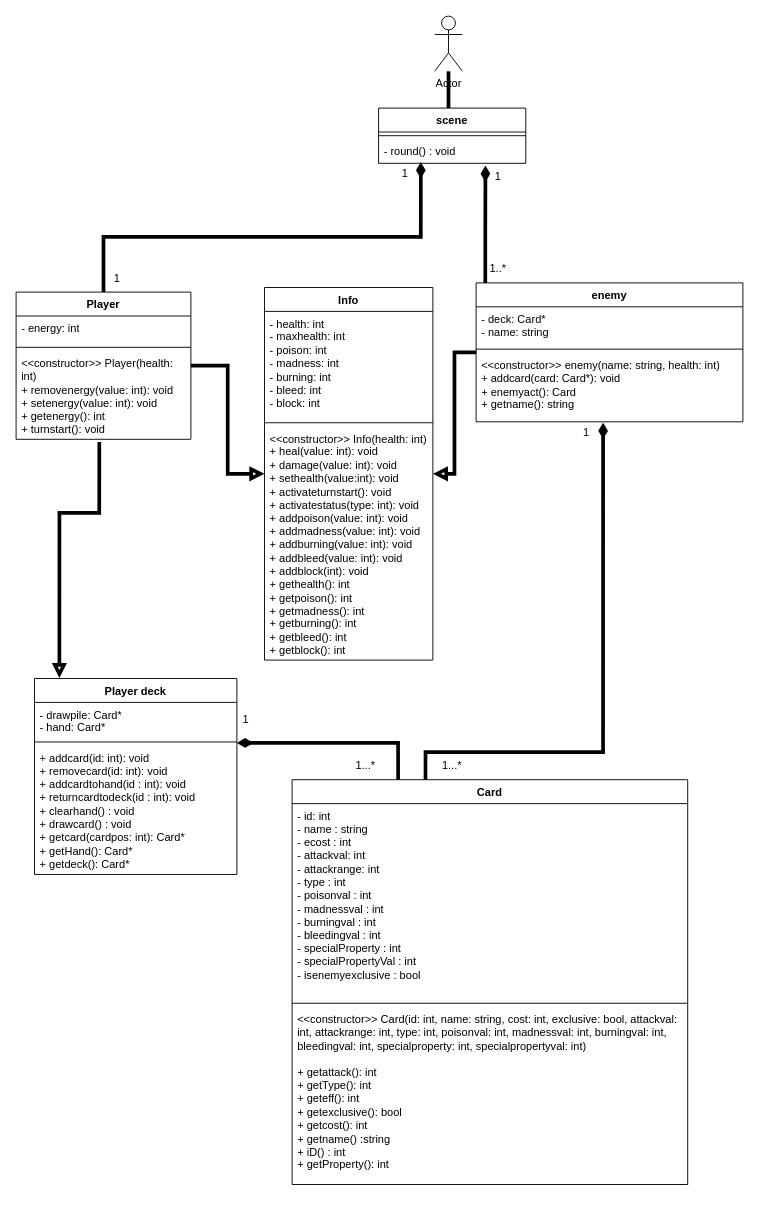
Judoka200/EE2010-CW keeps this draw.io diagram as Documentation/grouprojectclassdiagram.drawio. Above is the earlier version. Source tidied: cells renumbered, new cells numbered last; positions are measured from the earlier drawing's top-left corner, leaving out a move shared by most shapes. Both pictures are drawn from the tidied source at 92%, with x=0, y=0 at pixel (16, 16).
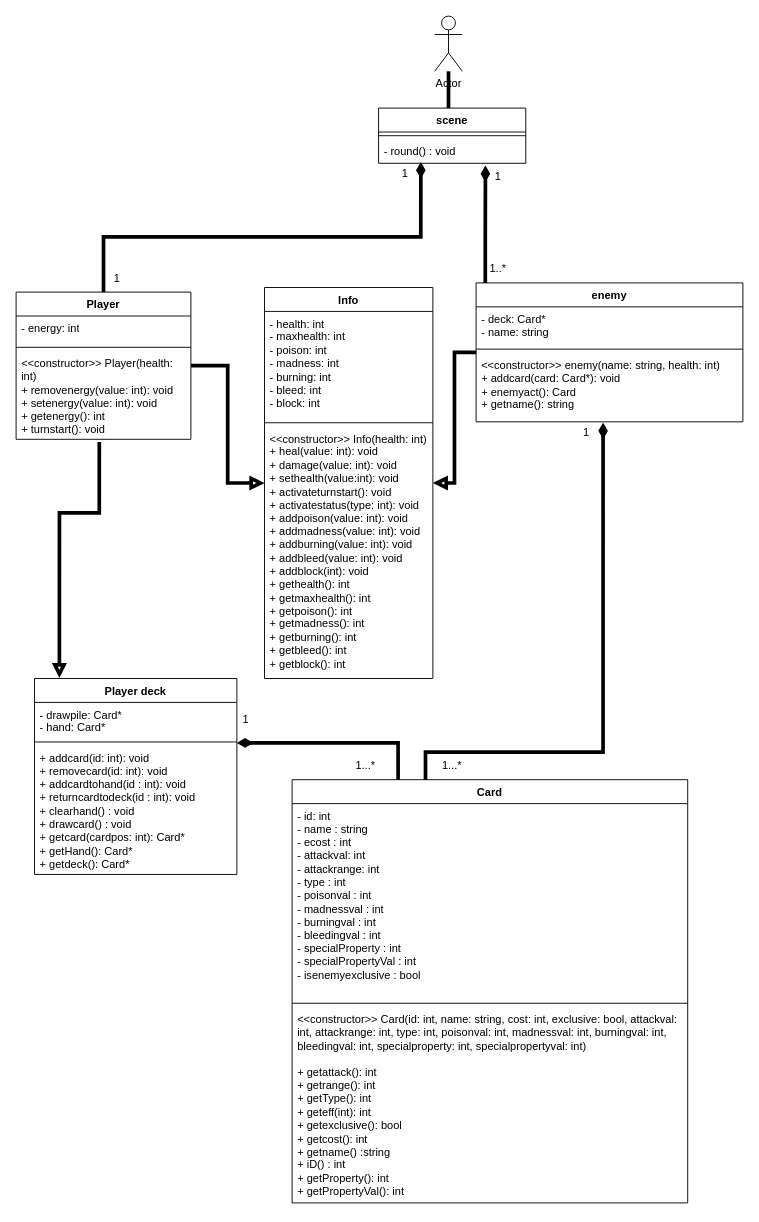
Above is the later version.

Diff of the diagram source:
```diff
@@
     <mxCell id="8" value="Card" style="swimlane;fontStyle=1;align=center;verticalAlign=top;horizontal=1;startSize=26;whiteSpace=wrap;html=1;" parent="1" vertex="1">
-      <mxGeometry x="300" y="830" width="430" height="440" as="geometry" />
+      <mxGeometry x="300" y="830" width="430" height="460" as="geometry" />
     </mxCell>
@@
-    <mxCell id="11" value="&amp;lt;&amp;lt;constructor&amp;gt;&amp;gt; Card(id: int, name: string, cost: int,&amp;nbsp;exclusive: bool, attackval: int, attackrange: int, type: int, poisonval: int, madnessval: int,&lt;b&gt;&amp;nbsp;&lt;/b&gt;burningval: int, bleedingval: int, specialproperty: int, specialpropertyval: int)&lt;div&gt;&lt;br&gt;&lt;div&gt;+ getattack()&lt;span style=&quot;background-color: transparent; color: light-dark(#000000, var(--ge-light-color, #ffffff));&quot;&gt;: int&lt;/span&gt;&lt;/div&gt;&lt;div&gt;&lt;span style=&quot;background-color: transparent; color: light-dark(#000000, var(--ge-light-color, #ffffff));&quot;&gt;+ getType(): int&lt;/span&gt;&lt;/div&gt;&lt;div&gt;&lt;span style=&quot;background-color: transparent; color: light-dark(#000000, var(--ge-light-color, #ffffff));&quot;&gt;+ geteff()&lt;/span&gt;&lt;span style=&quot;background-color: transparent; color: light-dark(#000000, var(--ge-light-color, #ffffff));&quot;&gt;: int&lt;/span&gt;&lt;/div&gt;&lt;div&gt;&lt;span style=&quot;background-color: transparent; color: light-dark(#000000, var(--ge-light-color, #ffffff));&quot;&gt;+ getexclusive(): bool&lt;/span&gt;&lt;/div&gt;&lt;div&gt;&lt;span style=&quot;background-color: transparent; color: light-dark(#000000, var(--ge-light-color, #ffffff));&quot;&gt;+ getcost(): int&lt;/span&gt;&lt;/div&gt;&lt;div&gt;&lt;span style=&quot;background-color: transparent; color: light-dark(#000000, var(--ge-light-color, #ffffff));&quot;&gt;+ getname() :string&lt;/span&gt;&lt;/div&gt;&lt;div&gt;&lt;span style=&quot;background-color: transparent; color: light-dark(#000000, var(--ge-light-color, #ffffff));&quot;&gt;+ iD() : int&lt;/span&gt;&lt;/div&gt;&lt;div&gt;&lt;span style=&quot;background-color: transparent; color: light-dark(#000000, var(--ge-light-color, #ffffff));&quot;&gt;+ getProperty(): int&lt;/span&gt;&lt;/div&gt;&lt;/div&gt;" style="text;strokeColor=none;fillColor=none;align=left;verticalAlign=top;spacingLeft=4;spacingRight=4;overflow=hidden;whiteSpace=wrap;html=1;" parent="8" vertex="1">
-      <mxGeometry y="247" width="430" height="193" as="geometry" />
+    <mxCell id="11" value="&amp;lt;&amp;lt;constructor&amp;gt;&amp;gt; Card(id: int, name: string, cost: int,&amp;nbsp;exclusive: bool, attackval: int, attackrange: int, type: int, poisonval: int, madnessval: int,&lt;b&gt;&amp;nbsp;&lt;/b&gt;burningval: int, bleedingval: int, specialproperty: int, specialpropertyval: int)&lt;div&gt;&lt;br&gt;&lt;div&gt;+ getattack()&lt;span style=&quot;background-color: transparent; color: light-dark(#000000, var(--ge-light-color, #ffffff));&quot;&gt;: int&lt;/span&gt;&lt;/div&gt;&lt;div&gt;&lt;span style=&quot;background-color: transparent; color: light-dark(#000000, var(--ge-light-color, #ffffff));&quot;&gt;+ getrange(): int&lt;/span&gt;&lt;/div&gt;&lt;div&gt;&lt;span style=&quot;background-color: transparent; color: light-dark(#000000, var(--ge-light-color, #ffffff));&quot;&gt;+ getType(): int&lt;/span&gt;&lt;/div&gt;&lt;div&gt;&lt;span style=&quot;background-color: transparent; color: light-dark(#000000, var(--ge-light-color, #ffffff));&quot;&gt;+ geteff(int)&lt;/span&gt;&lt;span style=&quot;background-color: transparent; color: light-dark(#000000, var(--ge-light-color, #ffffff));&quot;&gt;: int&lt;/span&gt;&lt;/div&gt;&lt;div&gt;&lt;span style=&quot;background-color: transparent; color: light-dark(#000000, var(--ge-light-color, #ffffff));&quot;&gt;+ getexclusive(): bool&lt;/span&gt;&lt;/div&gt;&lt;div&gt;&lt;span style=&quot;background-color: transparent; color: light-dark(#000000, var(--ge-light-color, #ffffff));&quot;&gt;+ getcost(): int&lt;/span&gt;&lt;/div&gt;&lt;div&gt;&lt;span style=&quot;background-color: transparent; color: light-dark(#000000, var(--ge-light-color, #ffffff));&quot;&gt;+ getname() :string&lt;/span&gt;&lt;/div&gt;&lt;div&gt;&lt;span style=&quot;background-color: transparent; color: light-dark(#000000, var(--ge-light-color, #ffffff));&quot;&gt;+ iD() : int&lt;/span&gt;&lt;/div&gt;&lt;div&gt;&lt;span style=&quot;background-color: transparent; color: light-dark(#000000, var(--ge-light-color, #ffffff));&quot;&gt;+ getProperty(): int&lt;/span&gt;&lt;/div&gt;&lt;/div&gt;&lt;div&gt;&lt;span style=&quot;background-color: transparent; color: light-dark(#000000, var(--ge-light-color, #ffffff));&quot;&gt;+ getPropertyVal(): int&lt;/span&gt;&lt;/div&gt;" style="text;strokeColor=none;fillColor=none;align=left;verticalAlign=top;spacingLeft=4;spacingRight=4;overflow=hidden;whiteSpace=wrap;html=1;" parent="8" vertex="1">
+      <mxGeometry y="247" width="430" height="213" as="geometry" />
     </mxCell>
@@
     <mxCell id="35" value="Info" style="swimlane;fontStyle=1;align=center;verticalAlign=top;horizontal=1;startSize=26;whiteSpace=wrap;html=1;" parent="1" vertex="1">
-      <mxGeometry x="270" y="295" width="183" height="405" as="geometry" />
+      <mxGeometry x="270" y="295" width="183" height="425" as="geometry" />
     </mxCell>
@@
-    <mxCell id="38" value="&lt;div&gt;&amp;lt;&amp;lt;constructor&amp;gt;&amp;gt; Info(health: int)&lt;/div&gt;+ heal(value: int): void&lt;div&gt;+ damage(value: int): void&lt;/div&gt;&lt;div&gt;+ sethealth(value:int): void&lt;/div&gt;&lt;div&gt;+ activateturnstart(): void&lt;/div&gt;&lt;div&gt;+ activatestatus(type: int): void&lt;/div&gt;&lt;div&gt;+ addpoison(value: int): void&lt;/div&gt;&lt;div&gt;+ addmadness(value: int): void&lt;/div&gt;&lt;div&gt;+ addburning(value: int): void&lt;/div&gt;&lt;div&gt;+ addbleed(value: int): void&lt;/div&gt;&lt;div&gt;+ addblock(int): void&lt;/div&gt;&lt;div&gt;+ gethealth(): int&lt;/div&gt;&lt;div&gt;+ getpoison(): int&lt;/div&gt;&lt;div&gt;+ getmadness(): int&lt;/div&gt;&lt;div&gt;+ getburning(): int&lt;/div&gt;&lt;div&gt;+ getbleed(): int&lt;/div&gt;&lt;div&gt;+ getblock(): int&lt;/div&gt;" style="text;strokeColor=none;fillColor=none;align=left;verticalAlign=top;spacingLeft=4;spacingRight=4;overflow=hidden;whiteSpace=wrap;html=1;" parent="35" vertex="1">
-      <mxGeometry y="151" width="183" height="254" as="geometry" />
+    <mxCell id="38" value="&lt;div&gt;&amp;lt;&amp;lt;constructor&amp;gt;&amp;gt; Info(health: int)&lt;/div&gt;+ heal(value: int): void&lt;div&gt;+ damage(value: int): void&lt;/div&gt;&lt;div&gt;+ sethealth(value:int): void&lt;/div&gt;&lt;div&gt;+ activateturnstart(): void&lt;/div&gt;&lt;div&gt;+ activatestatus(type: int): void&lt;/div&gt;&lt;div&gt;+ addpoison(value: int): void&lt;/div&gt;&lt;div&gt;+ addmadness(value: int): void&lt;/div&gt;&lt;div&gt;+ addburning(value: int): void&lt;/div&gt;&lt;div&gt;+ addbleed(value: int): void&lt;/div&gt;&lt;div&gt;+ addblock(int): void&lt;/div&gt;&lt;div&gt;+ gethealth(): int&lt;/div&gt;&lt;div&gt;+ getmaxhealth(): int&lt;/div&gt;&lt;div&gt;+ getpoison(): int&lt;/div&gt;&lt;div&gt;+ getmadness(): int&lt;/div&gt;&lt;div&gt;+ getburning(): int&lt;/div&gt;&lt;div&gt;+ getbleed(): int&lt;/div&gt;&lt;div&gt;+ getblock(): int&lt;/div&gt;" style="text;strokeColor=none;fillColor=none;align=left;verticalAlign=top;spacingLeft=4;spacingRight=4;overflow=hidden;whiteSpace=wrap;html=1;" parent="35" vertex="1">
+      <mxGeometry y="151" width="183" height="274" as="geometry" />
     </mxCell>
```
